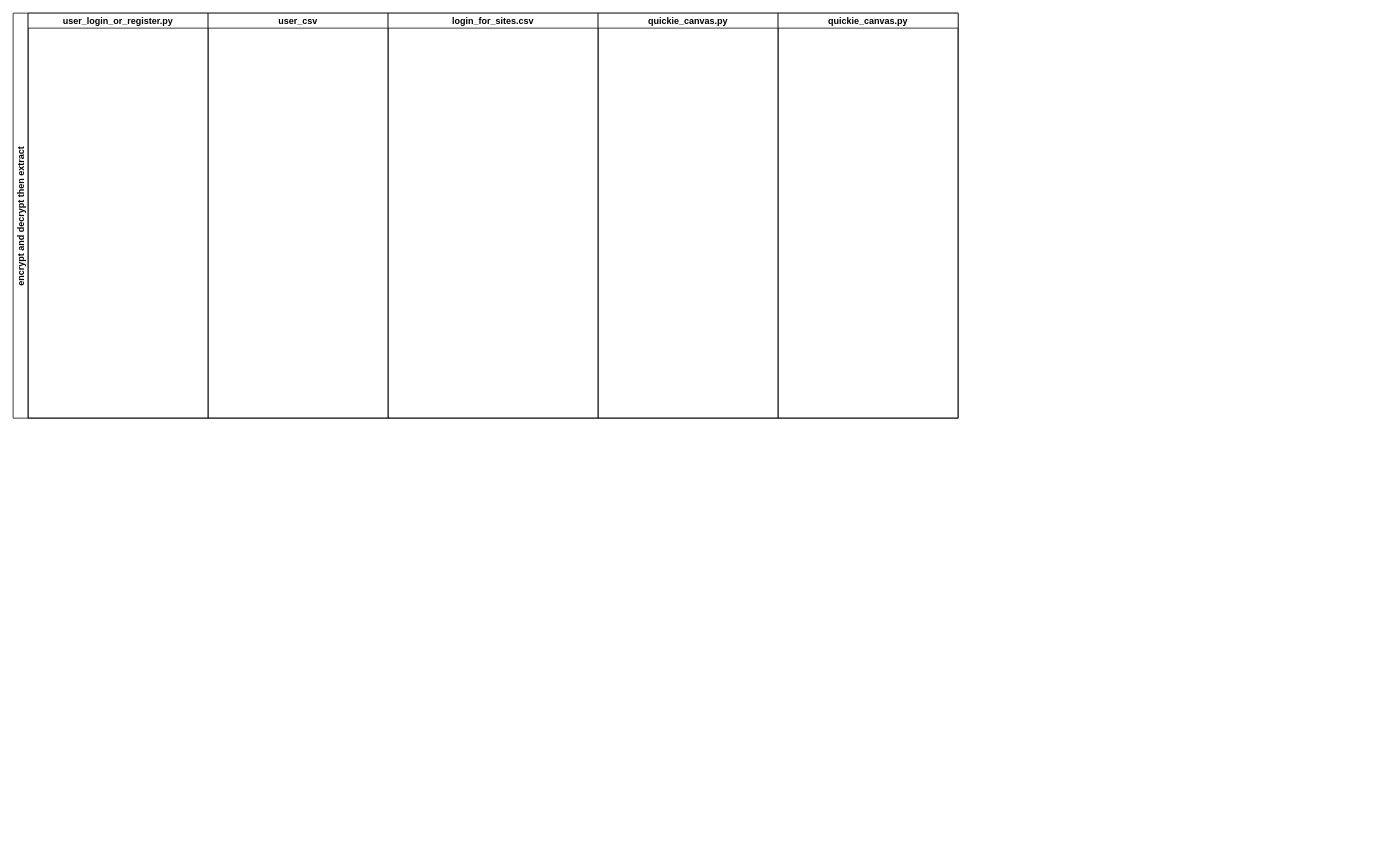
Jubibani/Automation keeps this draw.io diagram as pow.scripts/QuickiePow/build/Untitled Diagram.drawio. Above is the earlier version. Source tidied: cells renumbered, new cells numbered last; positions are measured from the earlier drawing's top-left corner, leaving out a move shared by most shapes. Both pictures are drawn from the tidied source at 75%, with x=0, y=0 at pixel (13, 13).
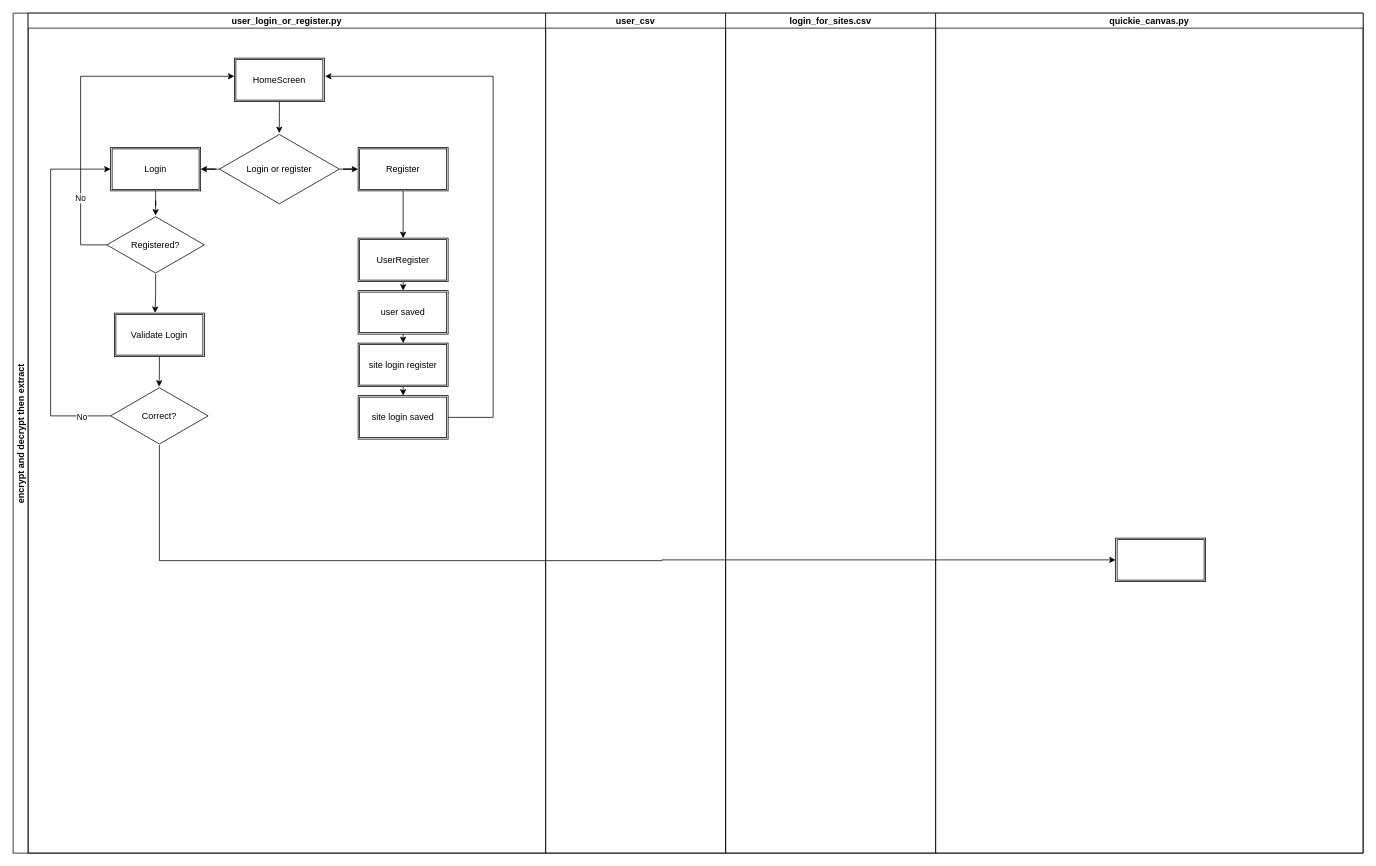
The same diagram, later.

Commit message:
user_login_or_register flow doe

Change to the diagram source:
```diff
@@
     <mxCell id="2" value="encrypt and decrypt then extract" style="swimlane;startSize=20;horizontal=0;" parent="1" vertex="1">
-      <mxGeometry width="1260" height="540" as="geometry" />
+      <mxGeometry width="1800" height="1120" as="geometry" />
     </mxCell>
     <mxCell id="3" value="user_login_or_register.py" style="swimlane;startSize=20;" parent="2" vertex="1">
-      <mxGeometry x="20" width="240" height="540" as="geometry" />
+      <mxGeometry x="20" width="690" height="1120" as="geometry" />
     </mxCell>
+    <mxCell id="8" style="edgeStyle=orthogonalEdgeStyle;rounded=0;jettySize=auto;html=1;" parent="3" edge="1" source="10" target="12">
+      <mxGeometry relative="1" as="geometry" />
+    </mxCell>
+    <mxCell id="9" style="edgeStyle=orthogonalEdgeStyle;rounded=0;jettySize=auto;html=1;entryX=1;entryY=0.5;entryDx=0;entryDy=0;" parent="3" edge="1" source="10" target="14">
+      <mxGeometry relative="1" as="geometry" />
+    </mxCell>
+    <mxCell id="10" value="Login or register" style="html=1;whiteSpace=wrap;shape=isoRectangle;" parent="3" vertex="1">
+      <mxGeometry x="255" y="160" width="160" height="96" as="geometry" />
+    </mxCell>
+    <mxCell id="11" style="edgeStyle=orthogonalEdgeStyle;rounded=0;jettySize=auto;html=1;exitX=0.5;exitY=1;exitDx=0;exitDy=0;entryX=0.5;entryY=0;entryDx=0;entryDy=0;" parent="3" edge="1" source="12" target="16">
+      <mxGeometry relative="1" as="geometry" />
+    </mxCell>
+    <mxCell id="12" value="Register" style="shape=ext;double=1;rounded=0;whiteSpace=wrap;html=1;" parent="3" vertex="1">
+      <mxGeometry x="440" y="179" width="120" height="58" as="geometry" />
+    </mxCell>
+    <mxCell id="13" style="edgeStyle=orthogonalEdgeStyle;rounded=0;jettySize=auto;html=1;exitX=0.5;exitY=1;exitDx=0;exitDy=0;" parent="3" edge="1" source="14" target="24">
+      <mxGeometry relative="1" as="geometry" />
+    </mxCell>
+    <mxCell id="14" value="Login" style="shape=ext;double=1;rounded=0;whiteSpace=wrap;html=1;" parent="3" vertex="1">
+      <mxGeometry x="110" y="179" width="120" height="58" as="geometry" />
+    </mxCell>
+    <mxCell id="15" style="edgeStyle=orthogonalEdgeStyle;rounded=0;jettySize=auto;html=1;exitX=0.5;exitY=1;exitDx=0;exitDy=0;entryX=0.5;entryY=0;entryDx=0;entryDy=0;" parent="3" edge="1" source="16" target="20">
+      <mxGeometry relative="1" as="geometry" />
+    </mxCell>
+    <mxCell id="16" value="UserRegister" style="shape=ext;double=1;rounded=0;whiteSpace=wrap;html=1;" parent="3" vertex="1">
+      <mxGeometry x="440" y="300" width="120" height="58" as="geometry" />
+    </mxCell>
+    <mxCell id="17" style="edgeStyle=orthogonalEdgeStyle;rounded=0;jettySize=auto;html=1;exitX=0.5;exitY=1;exitDx=0;exitDy=0;entryX=0.5;entryY=0;entryDx=0;entryDy=0;" parent="3" edge="1" source="18" target="21">
+      <mxGeometry relative="1" as="geometry" />
+    </mxCell>
+    <mxCell id="18" value="site login register" style="shape=ext;double=1;rounded=0;whiteSpace=wrap;html=1;" parent="3" vertex="1">
+      <mxGeometry x="440" y="440" width="120" height="58" as="geometry" />
+    </mxCell>
+    <mxCell id="19" style="edgeStyle=orthogonalEdgeStyle;rounded=0;jettySize=auto;html=1;exitX=0.5;exitY=1;exitDx=0;exitDy=0;entryX=0.5;entryY=0;entryDx=0;entryDy=0;" parent="3" edge="1" source="20" target="18">
+      <mxGeometry relative="1" as="geometry" />
+    </mxCell>
+    <mxCell id="20" value="user saved" style="shape=ext;double=1;rounded=0;whiteSpace=wrap;html=1;" parent="3" vertex="1">
+      <mxGeometry x="440" y="370" width="120" height="58" as="geometry" />
+    </mxCell>
+    <mxCell id="21" value="site login saved" style="shape=ext;double=1;rounded=0;whiteSpace=wrap;html=1;" parent="3" vertex="1">
+      <mxGeometry x="440" y="510" width="120" height="58" as="geometry" />
+    </mxCell>
+    <mxCell id="22" value="HomeScreen" style="shape=ext;double=1;rounded=0;whiteSpace=wrap;html=1;" parent="3" vertex="1">
+      <mxGeometry x="275" y="60" width="120" height="58" as="geometry" />
+    </mxCell>
+    <mxCell id="23" style="edgeStyle=orthogonalEdgeStyle;rounded=0;jettySize=auto;html=1;entryX=0.499;entryY=0;entryDx=0;entryDy=0;entryPerimeter=0;" parent="3" edge="1" source="22" target="10">
+      <mxGeometry relative="1" as="geometry" />
+    </mxCell>
+    <mxCell id="24" value="Registered?" style="html=1;whiteSpace=wrap;shape=isoRectangle;" parent="3" vertex="1">
+      <mxGeometry x="105" y="270" width="130" height="78" as="geometry" />
+    </mxCell>
+    <mxCell id="25" style="edgeStyle=orthogonalEdgeStyle;rounded=0;jettySize=auto;html=1;entryX=1.007;entryY=0.417;entryDx=0;entryDy=0;entryPerimeter=0;" parent="3" edge="1" source="21" target="22">
+      <mxGeometry relative="1" as="geometry">
+        <Array as="points">
+          <mxPoint x="620" y="539" />
+          <mxPoint x="620" y="84" />
+        </Array>
+      </mxGeometry>
+    </mxCell>
+    <mxCell id="26" style="edgeStyle=orthogonalEdgeStyle;rounded=0;jettySize=auto;html=1;entryX=0;entryY=0.417;entryDx=0;entryDy=0;entryPerimeter=0;" parent="3" edge="1" source="24" target="22">
+      <mxGeometry relative="1" as="geometry">
+        <Array as="points">
+          <mxPoint x="70" y="309" />
+          <mxPoint x="70" y="84" />
+        </Array>
+      </mxGeometry>
+    </mxCell>
+    <mxCell id="27" value="No" style="edgeLabel;html=1;align=center;verticalAlign=middle;" parent="26" vertex="1">
+      <mxGeometry x="-0.58" y="1" relative="1" as="geometry" />
+    </mxCell>
+    <mxCell id="28" value="Validate Login" style="shape=ext;double=1;rounded=0;whiteSpace=wrap;html=1;" parent="3" vertex="1">
+      <mxGeometry x="115" y="400" width="120" height="58" as="geometry" />
+    </mxCell>
+    <mxCell id="29" style="edgeStyle=orthogonalEdgeStyle;rounded=0;jettySize=auto;html=1;entryX=0.452;entryY=-0.005;entryDx=0;entryDy=0;entryPerimeter=0;" parent="3" edge="1" source="24" target="28">
+      <mxGeometry relative="1" as="geometry" />
+    </mxCell>
+    <mxCell id="30" style="edgeStyle=orthogonalEdgeStyle;rounded=0;jettySize=auto;html=1;entryX=0;entryY=0.5;entryDx=0;entryDy=0;" parent="3" edge="1" source="32" target="14">
+      <mxGeometry relative="1" as="geometry">
+        <Array as="points">
+          <mxPoint x="30" y="537" />
+          <mxPoint x="30" y="208" />
+        </Array>
+      </mxGeometry>
+    </mxCell>
+    <mxCell id="31" value="No" style="edgeLabel;html=1;align=center;verticalAlign=middle;" parent="30" vertex="1">
+      <mxGeometry x="-0.84" y="1" relative="1" as="geometry" />
+    </mxCell>
+    <mxCell id="32" value="Correct?" style="html=1;whiteSpace=wrap;shape=isoRectangle;" parent="3" vertex="1">
+      <mxGeometry x="110" y="498" width="130" height="78" as="geometry" />
+    </mxCell>
+    <mxCell id="33" style="edgeStyle=orthogonalEdgeStyle;rounded=0;jettySize=auto;html=1;entryX=0.497;entryY=0;entryDx=0;entryDy=0;entryPerimeter=0;" parent="3" edge="1" source="28" target="32">
+      <mxGeometry relative="1" as="geometry" />
+    </mxCell>
     <mxCell id="4" value="user_csv" style="swimlane;startSize=20;" parent="2" vertex="1">
-      <mxGeometry x="260" width="240" height="540" as="geometry" />
+      <mxGeometry x="710" width="240" height="1120" as="geometry" />
     </mxCell>
     <mxCell id="5" value="login_for_sites.csv" style="swimlane;startSize=20;" parent="2" vertex="1">
-      <mxGeometry x="500" width="280" height="540" as="geometry" />
+      <mxGeometry x="950" width="280" height="1120" as="geometry" />
     </mxCell>
     <mxCell id="6" value="quickie_canvas.py" style="swimlane;startSize=20;" parent="2" vertex="1">
-      <mxGeometry x="780" width="240" height="540" as="geometry" />
+      <mxGeometry x="1230" width="570" height="1120" as="geometry" />
     </mxCell>
-    <mxCell id="7" value="quickie_canvas.py" style="swimlane;startSize=20;" parent="2" vertex="1">
-      <mxGeometry x="1020" width="240" height="540" as="geometry" />
-    </mxCell>
+    <mxCell id="34" value="&amp;nbsp;" style="shape=ext;double=1;rounded=0;whiteSpace=wrap;html=1;" parent="6" vertex="1">
+      <mxGeometry x="240" y="700" width="120" height="58" as="geometry" />
+    </mxCell>
+    <mxCell id="35" style="edgeStyle=orthogonalEdgeStyle;rounded=0;jettySize=auto;html=1;entryX=0;entryY=0.5;entryDx=0;entryDy=0;" parent="2" edge="1" source="32" target="34">
+      <mxGeometry relative="1" as="geometry">
+        <Array as="points">
+          <mxPoint x="195" y="730" />
+          <mxPoint x="865" y="730" />
+          <mxPoint x="865" y="729" />
+        </Array>
+      </mxGeometry>
+    </mxCell>
```
